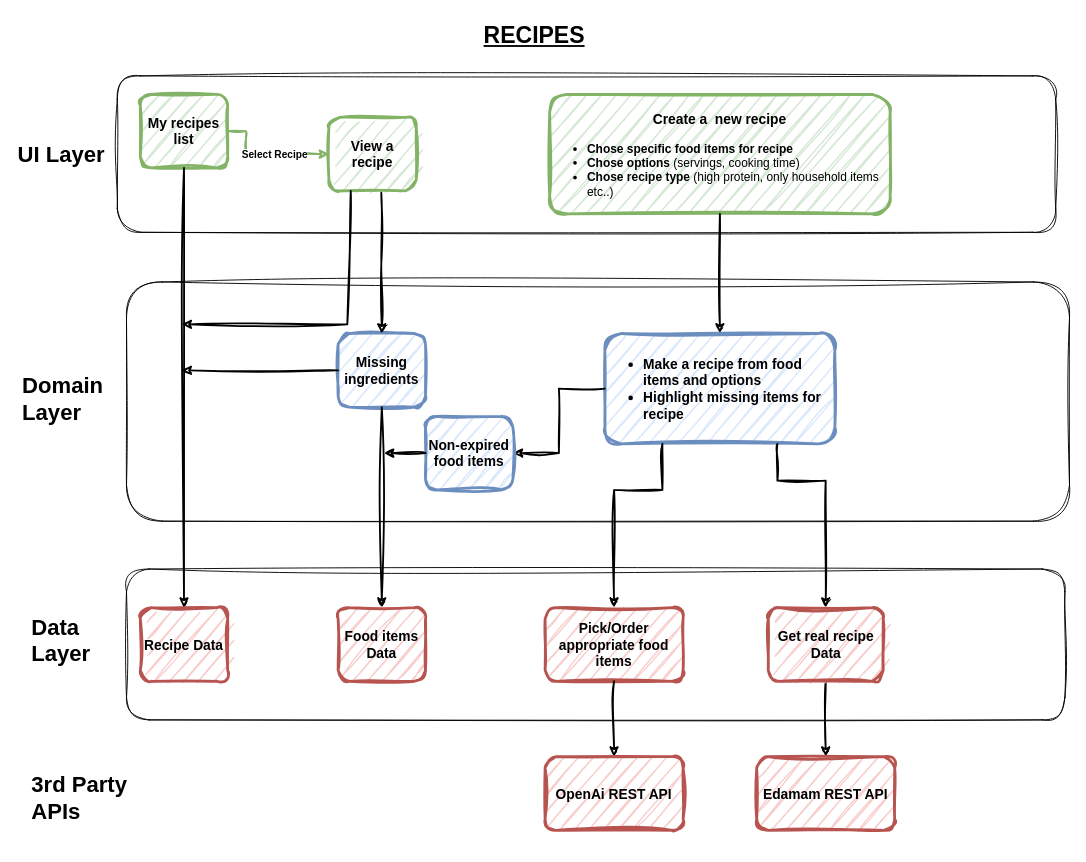
Earlier version of the draw.io diagram page "Recipes" (1 of 3) of ArchitectureDiagram.drawio (commit-crimes/shelf-life). Source tidied: cells renumbered, new cells numbered last; positions are measured from the earlier drawing's top-left corner, leaving out a move shared by most shapes. Both pictures are drawn from the tidied source at 92%, with x=0, y=0 at pixel (16, 16).
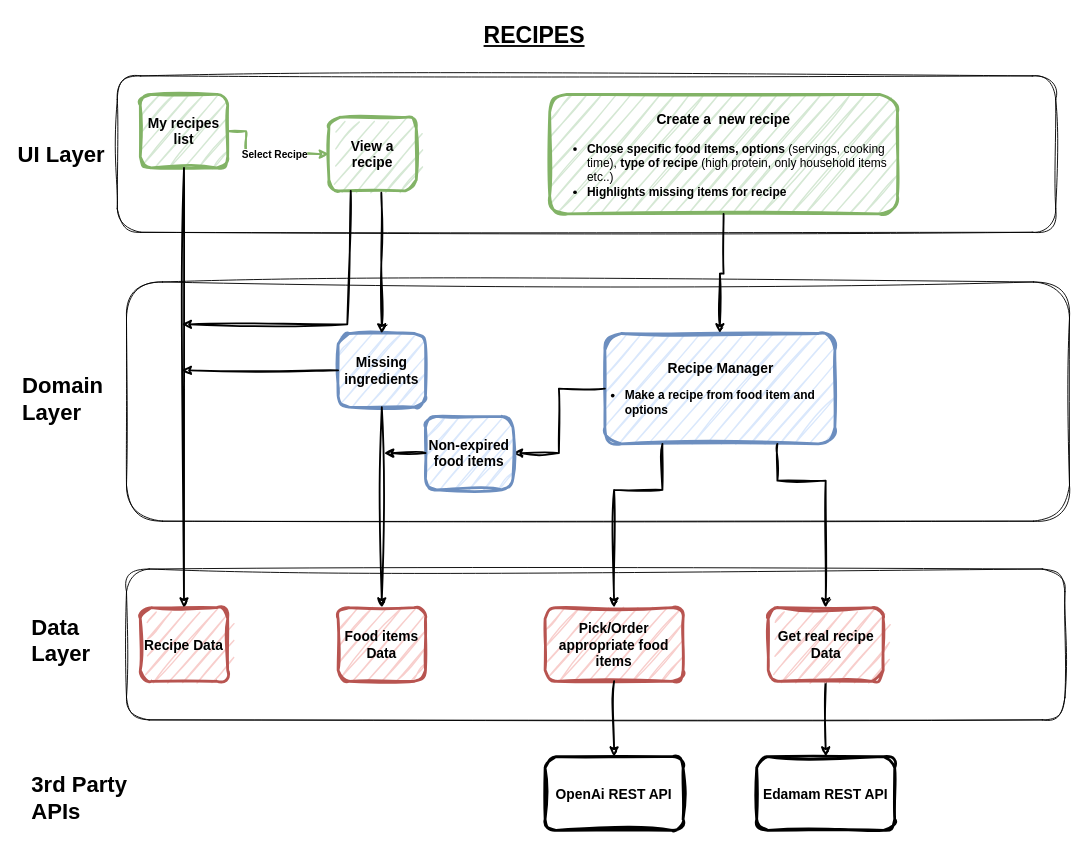
Above is the later version.

Change to the diagram source:
```diff
@@
-    <mxCell id="17" value="&lt;h3 style=&quot;font-size: 15px;&quot;&gt;Create a&amp;nbsp; new recipe&lt;/h3&gt;&lt;div style=&quot;font-size: 13px;&quot;&gt;&lt;ul style=&quot;font-weight: 700;&quot;&gt;&lt;li style=&quot;text-align: left;&quot;&gt;Chose specific food items for recipe&lt;/li&gt;&lt;li style=&quot;text-align: left;&quot;&gt;Chose options&amp;nbsp;&lt;span style=&quot;font-weight: normal;&quot;&gt;(servings, cooking time)&lt;/span&gt;&lt;/li&gt;&lt;li style=&quot;text-align: left;&quot;&gt;Chose recipe type&amp;nbsp;&lt;span style=&quot;font-weight: normal;&quot;&gt;(high protein, only household items etc..)&lt;/span&gt;&lt;/li&gt;&lt;/ul&gt;&lt;/div&gt;" style="rounded=1;whiteSpace=wrap;html=1;fillColor=#d5e8d4;strokeColor=#82b366;fillStyle=hatch;strokeWidth=3;perimeterSpacing=0;sketch=1;curveFitting=1;jiggle=2;" parent="1" vertex="1">
-      <mxGeometry x="580" y="85" width="370" height="130" as="geometry" />
+    <mxCell id="17" value="&lt;h3 style=&quot;font-size: 15px;&quot;&gt;Create a&amp;nbsp; new recipe&lt;/h3&gt;&lt;div style=&quot;font-size: 13px;&quot;&gt;&lt;ul style=&quot;&quot;&gt;&lt;li style=&quot;text-align: left;&quot;&gt;&lt;b&gt;Chose specific food items,&lt;/b&gt;&lt;b style=&quot;background-color: initial;&quot;&gt;&amp;nbsp;options&amp;nbsp;&lt;/b&gt;&lt;span style=&quot;background-color: initial;&quot;&gt;(servings, cooking time),&lt;/span&gt;&lt;b style=&quot;background-color: initial;&quot;&gt; type of recipe&lt;/b&gt;&lt;span style=&quot;background-color: initial;&quot;&gt;&amp;nbsp;&lt;/span&gt;&lt;span style=&quot;background-color: initial;&quot;&gt;(high protein, only household items etc..)&lt;/span&gt;&lt;/li&gt;&lt;li style=&quot;text-align: left;&quot;&gt;&lt;span style=&quot;background-color: initial;&quot;&gt;&lt;b&gt;Highlights missing items for recipe&lt;/b&gt;&lt;/span&gt;&lt;/li&gt;&lt;/ul&gt;&lt;/div&gt;" style="rounded=1;whiteSpace=wrap;html=1;fillColor=#d5e8d4;strokeColor=#82b366;fillStyle=hatch;strokeWidth=3;perimeterSpacing=0;sketch=1;curveFitting=1;jiggle=2;" parent="1" vertex="1">
+      <mxGeometry x="580" y="85" width="378" height="130" as="geometry" />
     </mxCell>
@@
-    <mxCell id="19" value="&lt;h3 style=&quot;font-size: 15px;&quot;&gt;&lt;div style=&quot;&quot;&gt;&lt;ul&gt;&lt;li&gt;Make a recipe from food items and options&lt;/li&gt;&lt;li&gt;Highlight missing items for recipe&lt;/li&gt;&lt;/ul&gt;&lt;/div&gt;&lt;/h3&gt;" style="rounded=1;whiteSpace=wrap;html=1;fillColor=#dae8fc;strokeColor=#6c8ebf;fillStyle=hatch;strokeWidth=3;perimeterSpacing=0;sketch=1;curveFitting=1;jiggle=2;align=left;" parent="1" vertex="1">
+    <mxCell id="19" value="&lt;h3 style=&quot;&quot;&gt;&lt;div style=&quot;&quot;&gt;&lt;div style=&quot;text-align: center;&quot;&gt;&lt;span style=&quot;background-color: initial;&quot;&gt;&lt;font style=&quot;font-size: 15px;&quot;&gt;Recipe Manager&lt;/font&gt;&lt;/span&gt;&lt;/div&gt;&lt;ul style=&quot;font-size: 13px; padding-left: 20px;&quot;&gt;&lt;li style=&quot;&quot;&gt;Make a recipe from food item and options&lt;/li&gt;&lt;/ul&gt;&lt;/div&gt;&lt;/h3&gt;" style="rounded=1;whiteSpace=wrap;html=1;fillColor=#dae8fc;strokeColor=#6c8ebf;fillStyle=hatch;strokeWidth=3;perimeterSpacing=0;sketch=1;curveFitting=1;jiggle=2;align=left;" parent="1" vertex="1">
       <mxGeometry x="640" y="345" width="250" height="120" as="geometry" />
     </mxCell>
@@
-    <mxCell id="27" value="&lt;h3 style=&quot;font-size: 15px;&quot;&gt;OpenAi REST API&lt;/h3&gt;" style="rounded=1;whiteSpace=wrap;html=1;fillColor=#f8cecc;strokeColor=#b85450;fillStyle=hatch;strokeWidth=3;perimeterSpacing=0;sketch=1;curveFitting=1;jiggle=2;" parent="1" vertex="1">
+    <mxCell id="27" value="&lt;h3 style=&quot;font-size: 15px;&quot;&gt;OpenAi REST API&lt;/h3&gt;" style="rounded=1;whiteSpace=wrap;html=1;fillStyle=hatch;strokeWidth=3;perimeterSpacing=0;sketch=1;curveFitting=1;jiggle=2;" parent="1" vertex="1">
       <mxGeometry x="575" y="805" width="150" height="80" as="geometry" />
     </mxCell>
@@
-    <mxCell id="29" value="&lt;h3 style=&quot;font-size: 15px;&quot;&gt;&lt;span style=&quot;background-color: initial;&quot;&gt;Edamam REST API&lt;/span&gt;&lt;br&gt;&lt;/h3&gt;" style="rounded=1;whiteSpace=wrap;html=1;fillColor=#f8cecc;strokeColor=#b85450;fillStyle=hatch;strokeWidth=3;perimeterSpacing=0;sketch=1;curveFitting=1;jiggle=2;" parent="1" vertex="1">
+    <mxCell id="29" value="&lt;h3 style=&quot;font-size: 15px;&quot;&gt;&lt;span style=&quot;background-color: initial;&quot;&gt;Edamam REST API&lt;/span&gt;&lt;br&gt;&lt;/h3&gt;" style="rounded=1;whiteSpace=wrap;html=1;fillStyle=hatch;strokeWidth=3;perimeterSpacing=0;sketch=1;curveFitting=1;jiggle=2;" parent="1" vertex="1">
       <mxGeometry x="805" y="805" width="150" height="80" as="geometry" />
     </mxCell>
```
